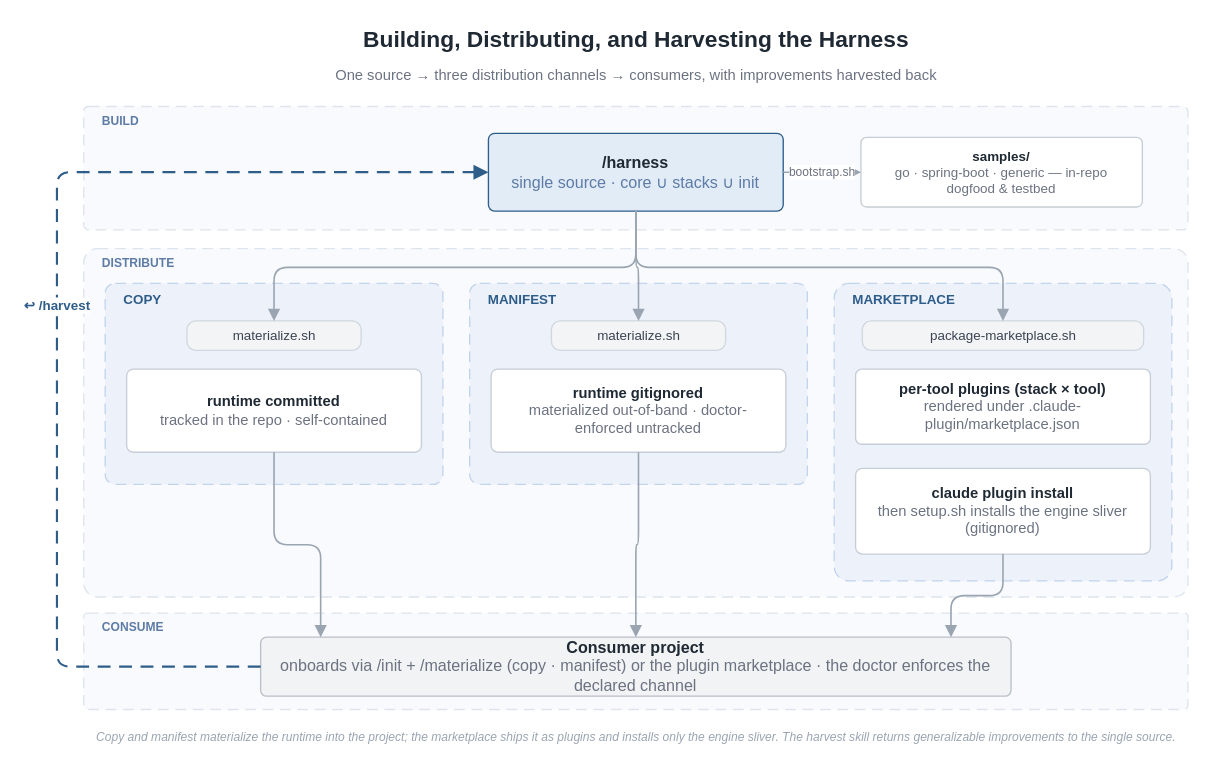
The draw.io diagram docs/images/harness-lifecycle.drawio in woditschka/agentic-coding-reference, before the edit. Source tidied: cells renumbered, new cells numbered last; positions are measured from the earlier drawing's top-left corner, leaving out a move shared by most shapes. Both pictures are drawn from the tidied source at 134%, with x=0, y=0 at pixel (56, 23).
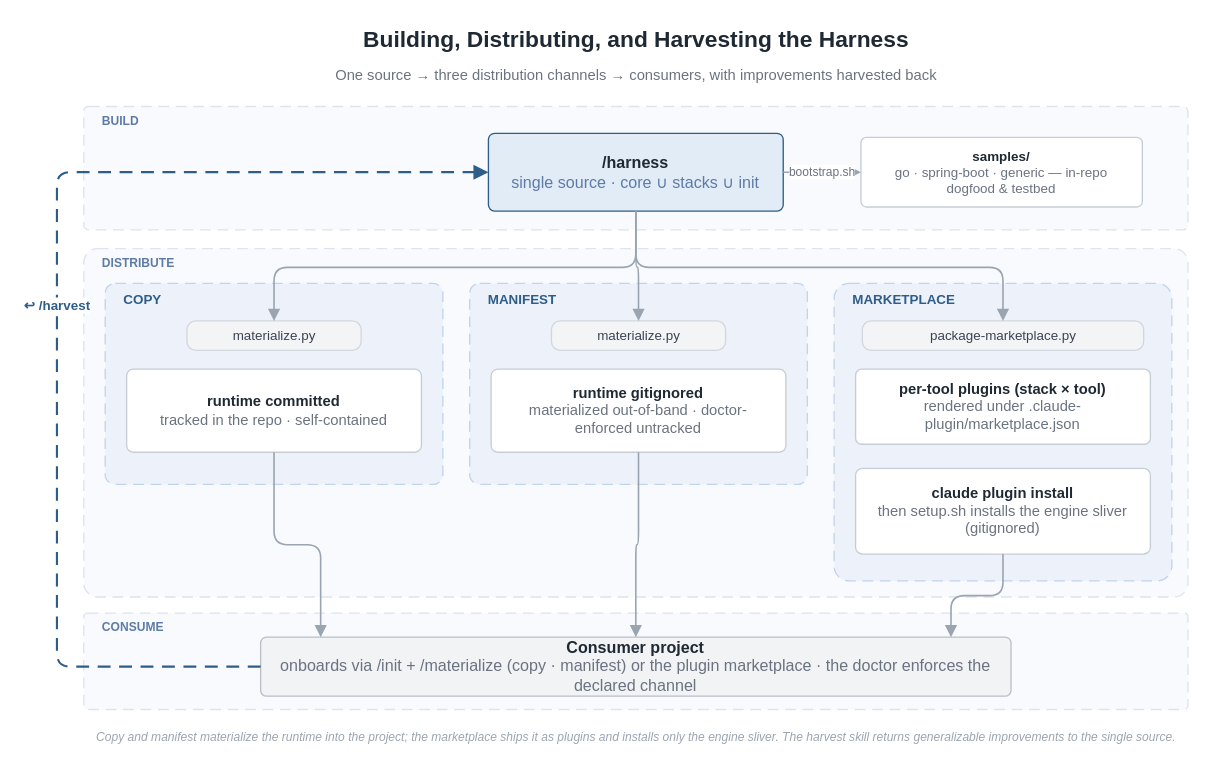
Above is the later version.

What changed in the source:
```diff
@@
-    <mxCell id="12" value="materialize.sh" style="rounded=1;arcSize=30;html=1;fillColor=#F3F4F6;strokeColor=#D1D7DE;fontSize=10;fontColor=#3B4252;verticalAlign=middle;" parent="1" vertex="1">
+    <mxCell id="12" value="materialize.py" style="rounded=1;arcSize=30;html=1;fillColor=#F3F4F6;strokeColor=#D1D7DE;fontSize=10;fontColor=#3B4252;verticalAlign=middle;" parent="1" vertex="1">
       <mxGeometry x="97" y="222" width="130" height="22" as="geometry" />
     </mxCell>
-    <mxCell id="13" value="materialize.sh" style="rounded=1;arcSize=30;html=1;fillColor=#F3F4F6;strokeColor=#D1D7DE;fontSize=10;fontColor=#3B4252;verticalAlign=middle;" parent="1" vertex="1">
+    <mxCell id="13" value="materialize.py" style="rounded=1;arcSize=30;html=1;fillColor=#F3F4F6;strokeColor=#D1D7DE;fontSize=10;fontColor=#3B4252;verticalAlign=middle;" parent="1" vertex="1">
       <mxGeometry x="369" y="222" width="130" height="22" as="geometry" />
     </mxCell>
-    <mxCell id="14" value="package-marketplace.sh" style="rounded=1;arcSize=30;html=1;fillColor=#F3F4F6;strokeColor=#D1D7DE;fontSize=10;fontColor=#3B4252;verticalAlign=middle;" parent="1" vertex="1">
+    <mxCell id="14" value="package-marketplace.py" style="rounded=1;arcSize=30;html=1;fillColor=#F3F4F6;strokeColor=#D1D7DE;fontSize=10;fontColor=#3B4252;verticalAlign=middle;" parent="1" vertex="1">
       <mxGeometry x="601" y="222" width="210" height="22" as="geometry" />
     </mxCell>
```
